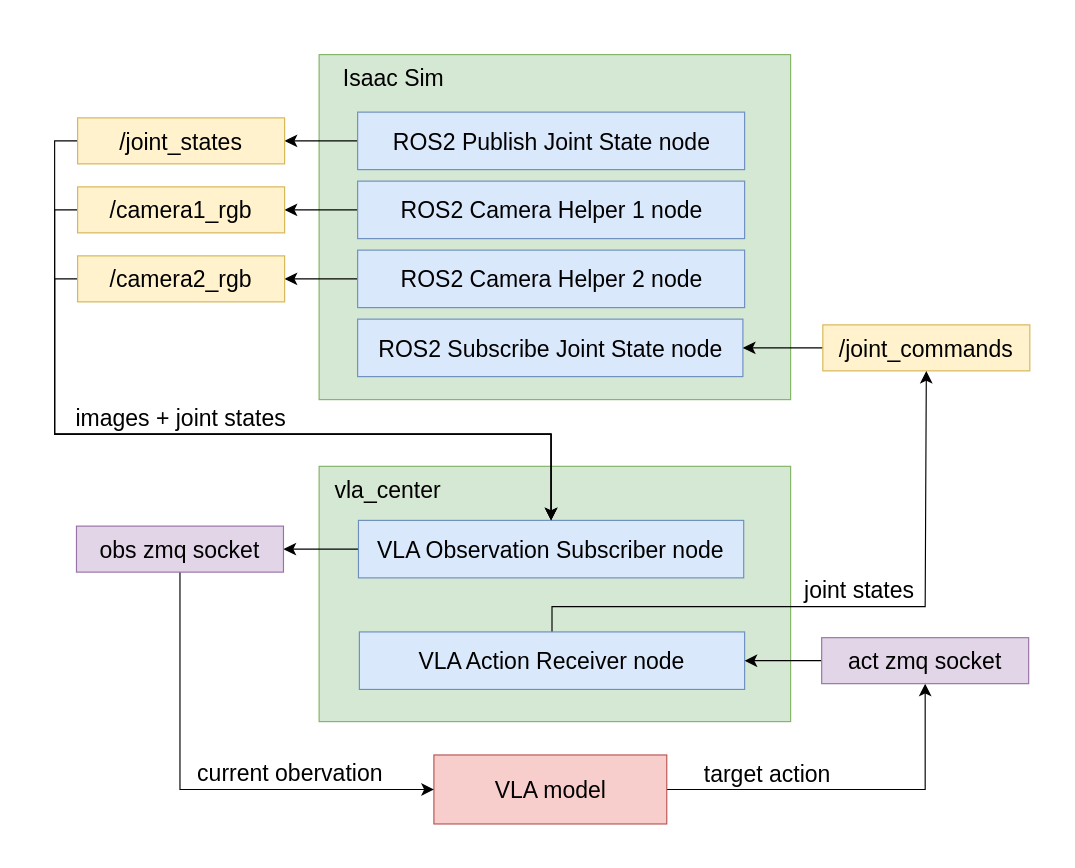
Above: media/vla_center_diagram.drawio in MyLovelyAxe/isaacsim_vla_ws (draw.io), before the change. Source tidied: cells renumbered, new cells numbered last; positions are measured from the earlier drawing's top-left corner, leaving out a move shared by most shapes. Both pictures are drawn from the tidied source at 115%, with x=0, y=0 at pixel (54, 54).
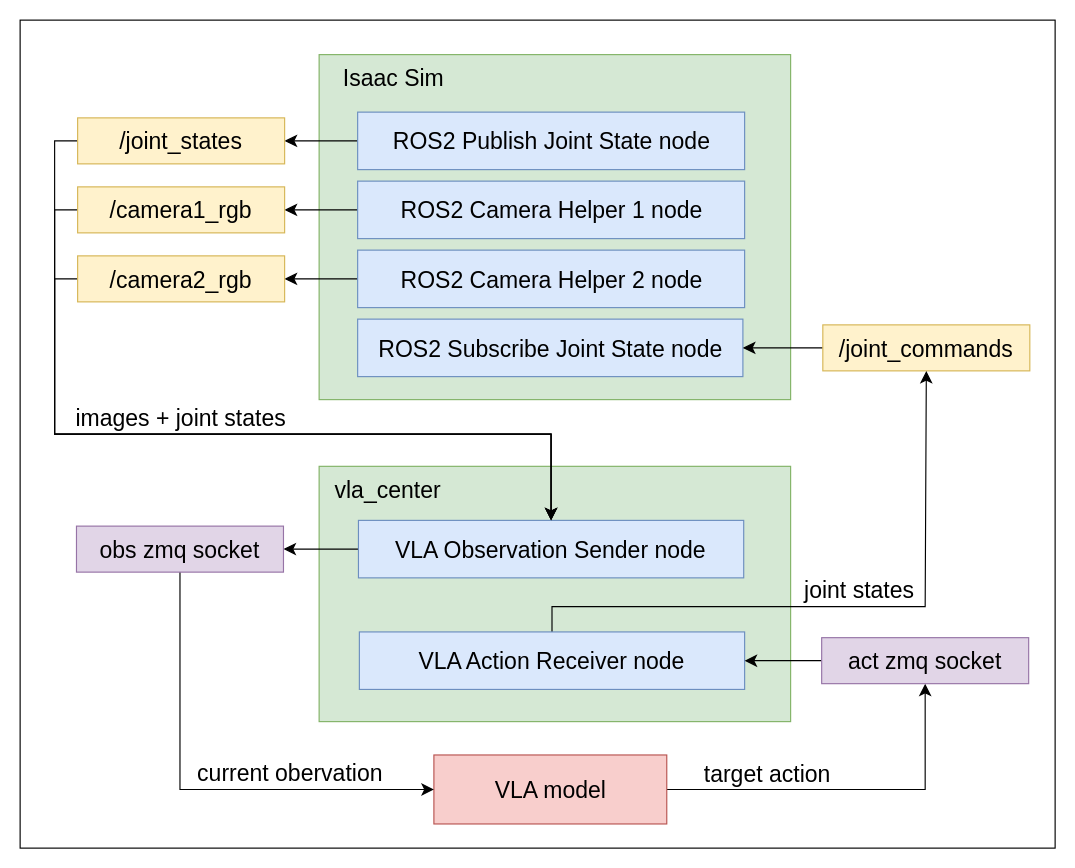
The same page after the edit.

Commit message (it also covers changes not shown here):
update node name

What changed in the source:
```diff
@@
+    <mxCell id="35" style="rounded=0;whiteSpace=wrap;html=1;" parent="1" vertex="1">
+      <mxGeometry x="-30" y="-30" width="900" height="720" as="geometry" />
+    </mxCell>
@@
-    <mxCell id="16" value="&lt;font style=&quot;font-size: 20px;&quot;&gt;VLA Observation Subscriber node&lt;/font&gt;" style="rounded=0;whiteSpace=wrap;html=1;fillColor=#dae8fc;strokeColor=#6c8ebf;" parent="1" vertex="1">
+    <mxCell id="16" value="&lt;font style=&quot;font-size: 20px;&quot;&gt;VLA Observation Sender node&lt;/font&gt;" style="rounded=0;whiteSpace=wrap;html=1;fillColor=#dae8fc;strokeColor=#6c8ebf;" parent="1" vertex="1">
       <mxGeometry x="264.2" y="405" width="335" height="50" as="geometry" />
     </mxCell>
```
